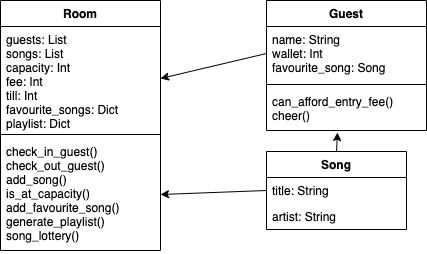
douglasrusse11/codeclan_caraoke_weekend_homework_02 keeps this draw.io diagram as img/class_diagram_v3.png. Above is the earlier version. Source tidied: cells renumbered, new cells last; positions are measured from the earlier drawing's top-left corner, leaving out a move shared by most shapes.
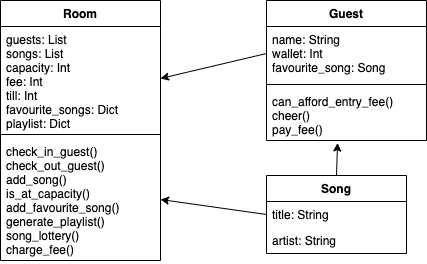
Later version of the same file.

Commit message:
adds integration tests for generate_playlist

What changed in the source:
```diff
@@ -3,7 +3,7 @@
     <mxCell id="0" />
     <mxCell id="1" parent="0" />
     <mxCell id="2" value="Room" style="swimlane;fontStyle=1;align=center;verticalAlign=top;horizontal=1;startSize=26;" parent="1" vertex="1">
-      <mxGeometry width="160" height="250" as="geometry" />
+      <mxGeometry width="160" height="260" as="geometry" />
     </mxCell>
     <mxCell id="3" value="guests: List&#10;songs: List&#10;capacity: Int&#10;fee: Int&#10;till: Int&#10;favourite_songs: Dict&#10;playlist: Dict" style="text;strokeColor=none;fillColor=none;align=left;verticalAlign=top;spacingLeft=4;spacingRight=4;overflow=hidden;points=[[0,0.5],[1,0.5]];portConstraint=eastwest;" parent="2" vertex="1">
       <mxGeometry y="26" width="160" height="104" as="geometry" />
@@ -11,14 +11,14 @@
     <mxCell id="4" style="line;strokeWidth=1;fillColor=none;align=left;verticalAlign=middle;spacingTop=-1;spacingLeft=3;spacingRight=3;labelPosition=right;" parent="2" vertex="1">
       <mxGeometry y="130" width="160" height="8" as="geometry" />
     </mxCell>
-    <mxCell id="5" value="check_in_guest()&#10;check_out_guest()&#10;add_song()&#10;is_at_capacity()&#10;add_favourite_song()&#10;generate_playlist()&#10;song_lottery()" style="text;strokeColor=none;fillColor=none;align=left;verticalAlign=top;spacingLeft=4;spacingRight=4;overflow=hidden;points=[[0,0.5],[1,0.5]];portConstraint=eastwest;" parent="2" vertex="1">
-      <mxGeometry y="138" width="160" height="112" as="geometry" />
+    <mxCell id="5" value="check_in_guest()&#10;check_out_guest()&#10;add_song()&#10;is_at_capacity()&#10;add_favourite_song()&#10;generate_playlist()&#10;song_lottery()&#10;charge_fee()" style="text;strokeColor=none;fillColor=none;align=left;verticalAlign=top;spacingLeft=4;spacingRight=4;overflow=hidden;points=[[0,0.5],[1,0.5]];portConstraint=eastwest;" parent="2" vertex="1">
+      <mxGeometry y="138" width="160" height="122" as="geometry" />
     </mxCell>
     <mxCell id="6" style="edgeStyle=none;rounded=0;jettySize=auto;html=1;exitX=0.5;exitY=0;exitDx=0;exitDy=0;entryX=0.444;entryY=1.048;entryDx=0;entryDy=0;entryPerimeter=0;" parent="1" edge="1" source="7" target="14">
       <mxGeometry relative="1" as="geometry" />
     </mxCell>
     <mxCell id="7" value="Song" style="swimlane;fontStyle=1;horizontal=1;startSize=26;fillColor=none;" parent="1" vertex="1">
-      <mxGeometry x="266" y="151" width="140" height="78" as="geometry" />
+      <mxGeometry x="266" y="175" width="140" height="78" as="geometry" />
     </mxCell>
     <mxCell id="8" value="title: String" style="text;strokeColor=none;fillColor=none;align=left;verticalAlign=top;spacingLeft=4;spacingRight=4;overflow=hidden;points=[[0,0.5],[1,0.5]];portConstraint=eastwest;" parent="7" vertex="1">
       <mxGeometry y="26" width="140" height="26" as="geometry" />
@@ -30,7 +30,7 @@
       <mxGeometry relative="1" as="geometry" />
     </mxCell>
     <mxCell id="11" value="Guest" style="swimlane;fontStyle=1;align=center;verticalAlign=top;horizontal=1;startSize=26;" parent="1" vertex="1">
-      <mxGeometry x="266" width="160" height="130" as="geometry" />
+      <mxGeometry x="266" width="160" height="140" as="geometry" />
     </mxCell>
     <mxCell id="12" value="name: String&#10;wallet: Int&#10;favourite_song: Song" style="text;strokeColor=none;fillColor=none;align=left;verticalAlign=top;spacingLeft=4;spacingRight=4;overflow=hidden;points=[[0,0.5],[1,0.5]];portConstraint=eastwest;" parent="11" vertex="1">
       <mxGeometry y="26" width="160" height="54" as="geometry" />
@@ -38,8 +38,8 @@
     <mxCell id="13" style="line;strokeWidth=1;fillColor=none;align=left;verticalAlign=middle;spacingTop=-1;spacingLeft=3;spacingRight=3;labelPosition=right;" parent="11" vertex="1">
       <mxGeometry y="80" width="160" height="8" as="geometry" />
     </mxCell>
-    <mxCell id="14" value="can_afford_entry_fee()&#10;cheer()" style="text;strokeColor=none;fillColor=none;align=left;verticalAlign=top;spacingLeft=4;spacingRight=4;overflow=hidden;points=[[0,0.5],[1,0.5]];portConstraint=eastwest;" parent="11" vertex="1">
-      <mxGeometry y="88" width="160" height="42" as="geometry" />
+    <mxCell id="14" value="can_afford_entry_fee()&#10;cheer()&#10;pay_fee()" style="text;strokeColor=none;fillColor=none;align=left;verticalAlign=top;spacingLeft=4;spacingRight=4;overflow=hidden;points=[[0,0.5],[1,0.5]];portConstraint=eastwest;" parent="11" vertex="1">
+      <mxGeometry y="88" width="160" height="52" as="geometry" />
     </mxCell>
     <mxCell id="15" style="edgeStyle=none;rounded=0;jettySize=auto;html=1;exitX=0;exitY=0.5;exitDx=0;exitDy=0;entryX=1;entryY=0.5;entryDx=0;entryDy=0;" parent="1" edge="1" source="12" target="3">
       <mxGeometry relative="1" as="geometry" />
```
